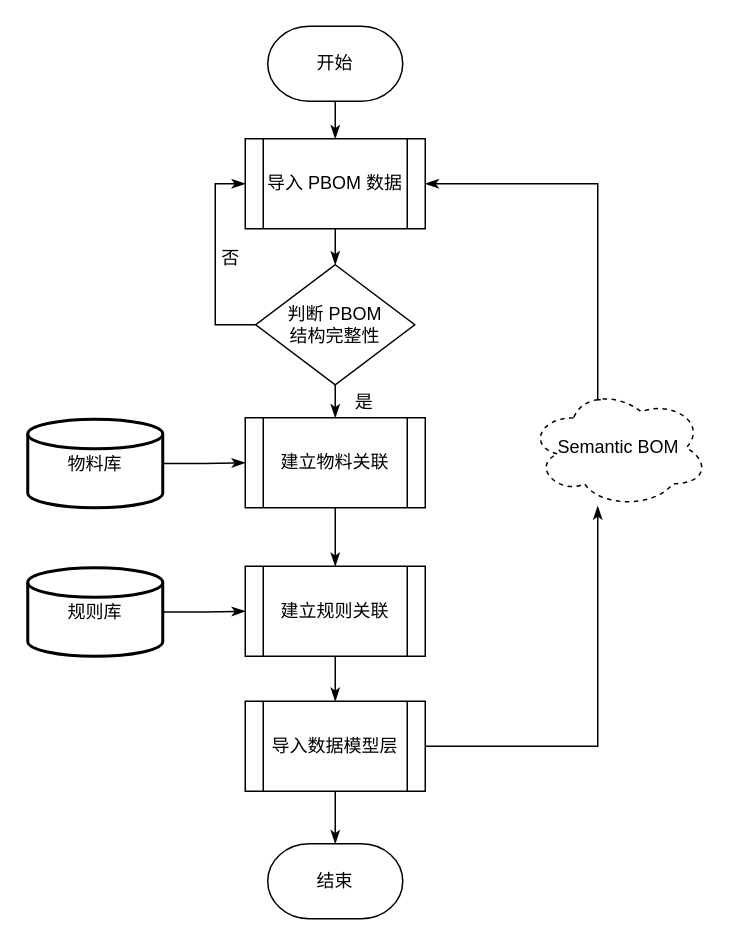
Earlier version of the draw.io diagram page "Page-4" (4 of 4) of BOM/sys-design.drawio (littlelittlemoon/DiagramsRepository). Source tidied: cells renumbered, new cells numbered last; positions are measured from the earlier drawing's top-left corner, leaving out a move shared by most shapes. Both pictures are drawn from the tidied source at 150%, with x=0, y=0 at pixel (27, 26).
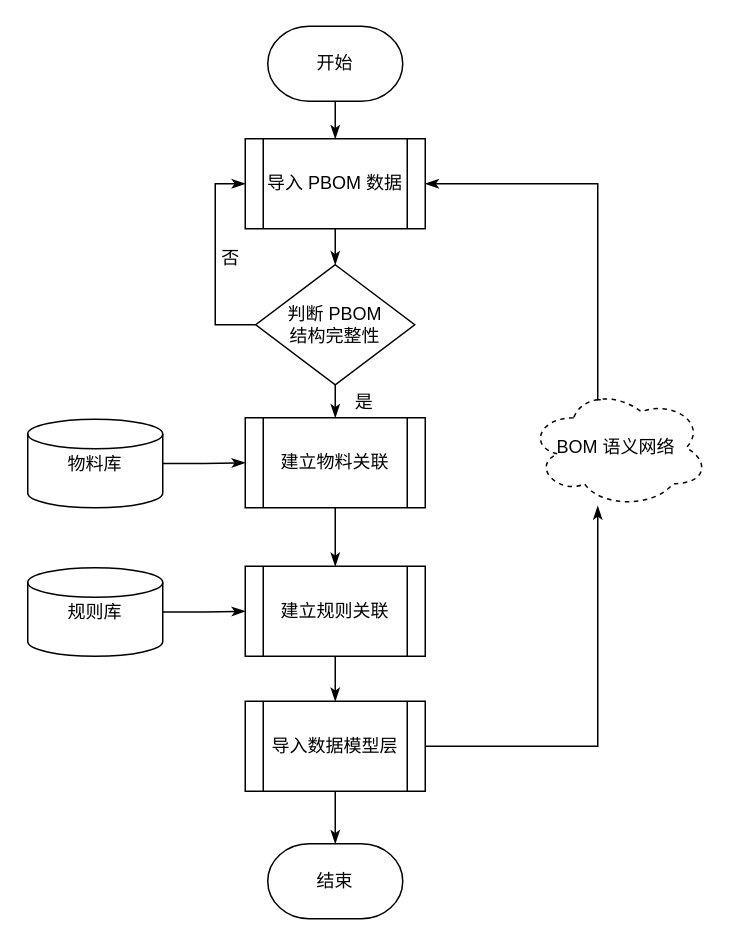
After the change.

Change to the diagram source:
```diff
@@
-    <mxCell id="16" value="Semantic BOM" style="ellipse;shape=cloud;whiteSpace=wrap;html=1;rounded=0;strokeWidth=1;fillColor=none;dashed=1;" parent="1" vertex="1">
+    <mxCell id="16" value="BOM 语义网络&amp;nbsp;" style="ellipse;shape=cloud;whiteSpace=wrap;html=1;rounded=0;strokeWidth=1;fillColor=none;dashed=1;" parent="1" vertex="1">
       <mxGeometry x="334" y="241" width="120" height="80" as="geometry" />
     </mxCell>
@@
-    <mxCell id="19" value="物料库" style="strokeWidth=2;html=1;shape=mxgraph.flowchart.database;whiteSpace=wrap;rounded=0;fillColor=none;verticalAlign=middle;" parent="1" vertex="1">
+    <mxCell id="19" value="物料库" style="strokeWidth=1;html=1;shape=mxgraph.flowchart.database;whiteSpace=wrap;rounded=0;fillColor=none;verticalAlign=middle;" parent="1" vertex="1">
       <mxGeometry y="262" width="90" height="59" as="geometry" />
     </mxCell>
@@
-    <mxCell id="21" value="规则库" style="strokeWidth=2;html=1;shape=mxgraph.flowchart.database;whiteSpace=wrap;rounded=0;fillColor=none;verticalAlign=middle;" parent="1" vertex="1">
+    <mxCell id="21" value="规则库" style="strokeWidth=1;html=1;shape=mxgraph.flowchart.database;whiteSpace=wrap;rounded=0;fillColor=none;verticalAlign=middle;" parent="1" vertex="1">
       <mxGeometry y="361" width="90" height="59" as="geometry" />
     </mxCell>
```
